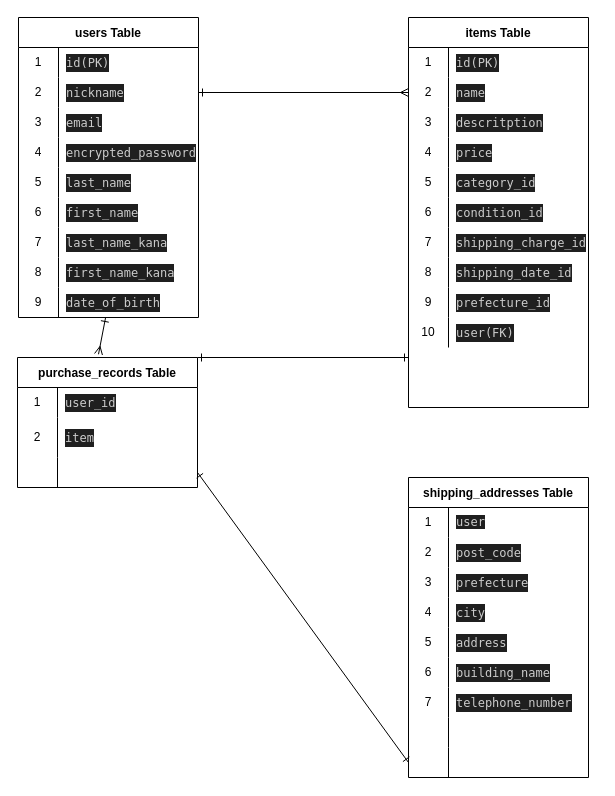
nakayamahiroshi164/furima-39827 keeps this draw.io diagram as furima.dio. Above is the earlier version. Source tidied: cells renumbered, new cells numbered last; positions are measured from the earlier drawing's top-left corner, leaving out a move shared by most shapes. Both pictures are drawn from the tidied source at 100%, with x=0, y=0 at pixel (17, 17).
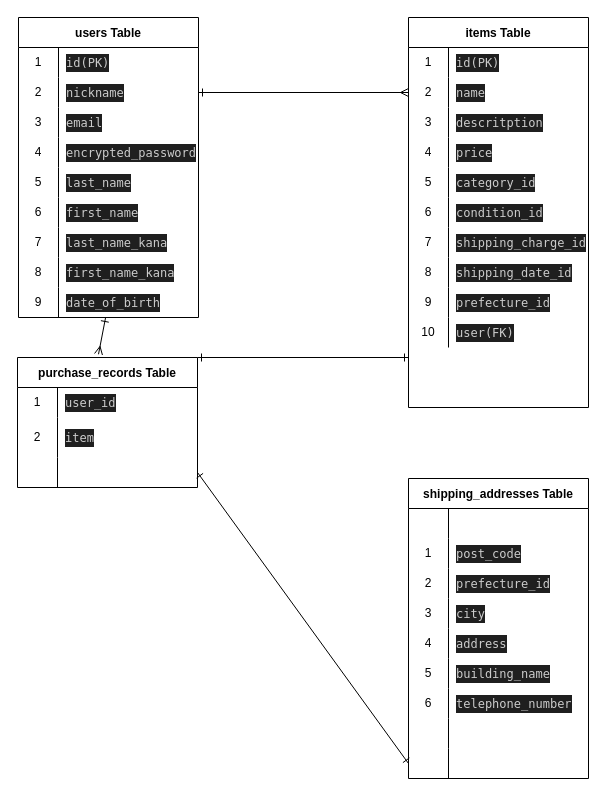
Above is the later version.

The change refers to these unchanged cells:
```xml
<mxCell id="73" style="shape=tableRow;horizontal=0;startSize=0;swimlaneHead=0;swimlaneBody=0;top=0;left=0;bottom=0;right=0;fillColor=none;" parent="72" vertex="1">
  <mxGeometry y="30" width="180" height="30" as="geometry" />
</mxCell>
<mxCell id="76" style="shape=tableRow;horizontal=0;startSize=0;swimlaneHead=0;swimlaneBody=0;top=0;left=0;bottom=0;right=0;fillColor=none;" parent="72" vertex="1">
  <mxGeometry y="60" width="180" height="30" as="geometry" />
</mxCell>
<mxCell id="79" style="shape=tableRow;horizontal=0;startSize=0;swimlaneHead=0;swimlaneBody=0;top=0;left=0;bottom=0;right=0;fillColor=none;" parent="72" vertex="1">
  <mxGeometry y="90" width="180" height="30" as="geometry" />
</mxCell>
<mxCell id="82" style="shape=tableRow;horizontal=0;startSize=0;swimlaneHead=0;swimlaneBody=0;top=0;left=0;bottom=0;right=0;fillColor=none;" parent="72" vertex="1">
  <mxGeometry y="120" width="180" height="30" as="geometry" />
</mxCell>
<mxCell id="85" style="shape=tableRow;horizontal=0;startSize=0;swimlaneHead=0;swimlaneBody=0;top=0;left=0;bottom=0;right=0;fillColor=none;" parent="72" vertex="1">
  <mxGeometry y="150" width="180" height="30" as="geometry" />
</mxCell>
<mxCell id="88" style="shape=tableRow;horizontal=0;startSize=0;swimlaneHead=0;swimlaneBody=0;top=0;left=0;bottom=0;right=0;fillColor=none;" parent="72" vertex="1">
  <mxGeometry y="180" width="180" height="30" as="geometry" />
</mxCell>
<mxCell id="91" style="shape=tableRow;horizontal=0;startSize=0;swimlaneHead=0;swimlaneBody=0;top=0;left=0;bottom=0;right=0;fillColor=none;" parent="72" vertex="1">
  <mxGeometry y="210" width="180" height="30" as="geometry" />
</mxCell>
```

Change to the diagram source:
```diff
@@
     <mxCell id="72" value="shipping_addresses Table" style="shape=table;startSize=30;childLayout=tableLayout;rowLines=0;fontStyle=1;" parent="1" vertex="1">
-      <mxGeometry x="391" y="460" width="180" height="300" as="geometry" />
+      <mxGeometry x="391" y="461" width="180" height="300" as="geometry" />
     </mxCell>
@@
-    <mxCell id="74" value="1" style="shape=partialRectangle;html=1;whiteSpace=wrap;fillColor=none;top=0;left=0;bottom=0;right=0;overflow=hidden;" parent="73" vertex="1">
+    <mxCell id="74" style="shape=partialRectangle;html=1;whiteSpace=wrap;fillColor=none;top=0;left=0;bottom=0;right=0;overflow=hidden;" parent="73" vertex="1">
       <mxGeometry width="40" height="30" as="geometry" />
     </mxCell>
-    <mxCell id="75" value="&lt;span style=&quot;color: rgb(204, 204, 204); font-family: Menlo, Monaco, &amp;quot;Courier New&amp;quot;, monospace; font-size: 12px; font-style: normal; font-variant-ligatures: normal; font-variant-caps: normal; font-weight: 400; letter-spacing: normal; orphans: 2; text-align: left; text-indent: 0px; text-transform: none; widows: 2; word-spacing: 0px; -webkit-text-stroke-width: 0px; background-color: rgb(31, 31, 31); text-decoration-thickness: initial; text-decoration-style: initial; text-decoration-color: initial; float: none; display: inline !important;&quot;&gt;user&lt;/span&gt;" style="shape=partialRectangle;html=1;whiteSpace=wrap;fillColor=none;top=0;left=0;bottom=0;right=0;align=left;spacingLeft=6;overflow=hidden;" parent="73" vertex="1">
+    <mxCell id="75" style="shape=partialRectangle;html=1;whiteSpace=wrap;fillColor=none;top=0;left=0;bottom=0;right=0;align=left;spacingLeft=6;overflow=hidden;" parent="73" vertex="1">
       <mxGeometry x="40" width="140" height="30" as="geometry" />
     </mxCell>
@@
-    <mxCell id="77" value="2" style="shape=partialRectangle;html=1;whiteSpace=wrap;fillColor=none;top=0;left=0;bottom=0;right=0;overflow=hidden;" parent="76" vertex="1">
+    <mxCell id="77" value="1" style="shape=partialRectangle;html=1;whiteSpace=wrap;fillColor=none;top=0;left=0;bottom=0;right=0;overflow=hidden;" parent="76" vertex="1">
       <mxGeometry width="40" height="30" as="geometry" />
     </mxCell>
@@
-    <mxCell id="80" value="3" style="shape=partialRectangle;html=1;whiteSpace=wrap;fillColor=none;top=0;left=0;bottom=0;right=0;overflow=hidden;" parent="79" vertex="1">
+    <mxCell id="80" value="2" style="shape=partialRectangle;html=1;whiteSpace=wrap;fillColor=none;top=0;left=0;bottom=0;right=0;overflow=hidden;" parent="79" vertex="1">
       <mxGeometry width="40" height="30" as="geometry" />
     </mxCell>
-    <mxCell id="81" value="&lt;div style=&quot;color: rgb(204, 204, 204); background-color: rgb(31, 31, 31); font-family: Menlo, Monaco, &amp;quot;Courier New&amp;quot;, monospace; line-height: 18px;&quot;&gt;prefecture&lt;/div&gt;" style="shape=partialRectangle;html=1;whiteSpace=wrap;fillColor=none;top=0;left=0;bottom=0;right=0;align=left;spacingLeft=6;overflow=hidden;" parent="79" vertex="1">
+    <mxCell id="81" value="&lt;div style=&quot;color: rgb(204, 204, 204); background-color: rgb(31, 31, 31); font-family: Menlo, Monaco, &amp;quot;Courier New&amp;quot;, monospace; line-height: 18px;&quot;&gt;prefecture_id&lt;/div&gt;" style="shape=partialRectangle;html=1;whiteSpace=wrap;fillColor=none;top=0;left=0;bottom=0;right=0;align=left;spacingLeft=6;overflow=hidden;" parent="79" vertex="1">
       <mxGeometry x="40" width="140" height="30" as="geometry" />
     </mxCell>
@@
-    <mxCell id="83" value="4" style="shape=partialRectangle;html=1;whiteSpace=wrap;fillColor=none;top=0;left=0;bottom=0;right=0;overflow=hidden;" parent="82" vertex="1">
+    <mxCell id="83" value="3" style="shape=partialRectangle;html=1;whiteSpace=wrap;fillColor=none;top=0;left=0;bottom=0;right=0;overflow=hidden;" parent="82" vertex="1">
       <mxGeometry width="40" height="30" as="geometry" />
     </mxCell>
@@
-    <mxCell id="86" value="5" style="shape=partialRectangle;html=1;whiteSpace=wrap;fillColor=none;top=0;left=0;bottom=0;right=0;overflow=hidden;" parent="85" vertex="1">
+    <mxCell id="86" value="4" style="shape=partialRectangle;html=1;whiteSpace=wrap;fillColor=none;top=0;left=0;bottom=0;right=0;overflow=hidden;" parent="85" vertex="1">
       <mxGeometry width="40" height="30" as="geometry" />
     </mxCell>
@@
-    <mxCell id="89" value="6" style="shape=partialRectangle;html=1;whiteSpace=wrap;fillColor=none;top=0;left=0;bottom=0;right=0;overflow=hidden;" parent="88" vertex="1">
+    <mxCell id="89" value="5" style="shape=partialRectangle;html=1;whiteSpace=wrap;fillColor=none;top=0;left=0;bottom=0;right=0;overflow=hidden;" parent="88" vertex="1">
       <mxGeometry width="40" height="30" as="geometry" />
     </mxCell>
@@
-    <mxCell id="92" value="7" style="shape=partialRectangle;html=1;whiteSpace=wrap;fillColor=none;top=0;left=0;bottom=0;right=0;overflow=hidden;" parent="91" vertex="1">
+    <mxCell id="92" value="6" style="shape=partialRectangle;html=1;whiteSpace=wrap;fillColor=none;top=0;left=0;bottom=0;right=0;overflow=hidden;" parent="91" vertex="1">
       <mxGeometry width="40" height="30" as="geometry" />
     </mxCell>
```
